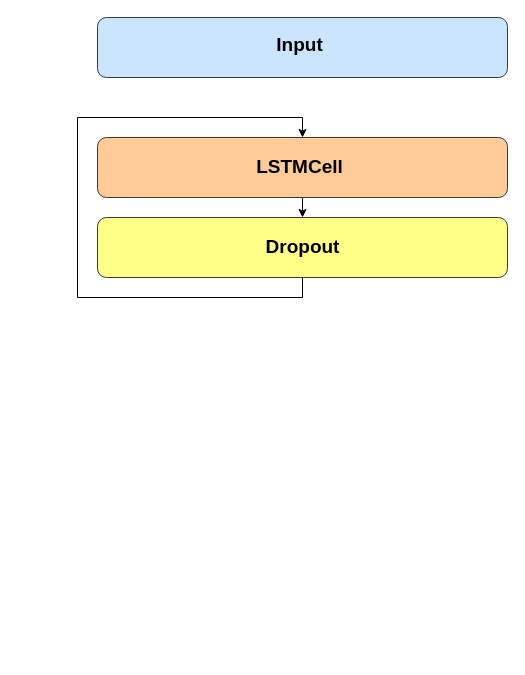
Before: best_arch_lstm.drawio in MrSneaker/UltraScheduler, a draw.io diagram. Source tidied: cells renumbered, new cells numbered last; positions are measured from the earlier drawing's top-left corner, leaving out a move shared by most shapes. Both pictures are drawn from the tidied source at 100%, with x=0, y=0 at pixel (77, 17).
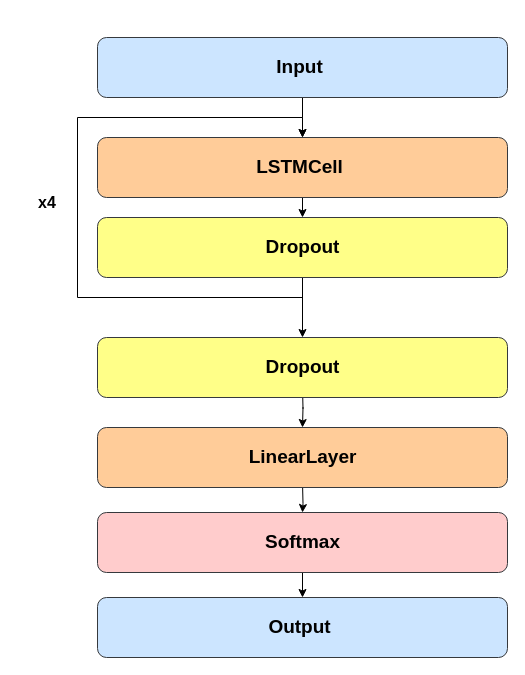
After the change.

Diff of the diagram source:
```diff
@@
+    <mxCell id="10" style="edgeStyle=orthogonalEdgeStyle;rounded=0;jettySize=auto;html=1;" parent="1" edge="1" source="2">
+      <mxGeometry relative="1" as="geometry">
+        <mxPoint x="225" y="120" as="targetPoint" />
+      </mxGeometry>
+    </mxCell>
     <mxCell id="2" style="rounded=1;whiteSpace=wrap;html=1;fillColor=#cce5ff;strokeColor=#36393d;" parent="1" vertex="1">
-      <mxGeometry x="20" width="410" height="60" as="geometry" />
+      <mxGeometry x="20" y="20" width="410" height="60" as="geometry" />
     </mxCell>
     <mxCell id="3" value="&lt;font style=&quot;font-size: 19px;&quot;&gt;&lt;b&gt;Input&lt;/b&gt;&lt;/font&gt;" style="text;html=1;align=center;verticalAlign=middle;whiteSpace=wrap;rounded=0;" parent="1" vertex="1">
-      <mxGeometry x="195" y="15" width="55" height="25" as="geometry" />
+      <mxGeometry x="195" y="37.5" width="55" height="25" as="geometry" />
     </mxCell>
@@
+    <mxCell id="11" style="edgeStyle=orthogonalEdgeStyle;rounded=0;orthogonalLoop=1;jettySize=auto;html=1;" parent="1" edge="1">
+      <mxGeometry relative="1" as="geometry">
+        <mxPoint x="225" y="250" as="sourcePoint" />
+        <mxPoint x="225" y="320" as="targetPoint" />
+      </mxGeometry>
+    </mxCell>
@@
+    <mxCell id="12" value="&lt;b&gt;&lt;font style=&quot;font-size: 16px;&quot;&gt;x4&lt;/font&gt;&lt;/b&gt;" style="text;html=1;align=center;verticalAlign=middle;whiteSpace=wrap;rounded=0;" parent="1" vertex="1">
+      <mxGeometry x="-60" y="170" width="60" height="30" as="geometry" />
+    </mxCell>
+    <mxCell id="13" style="edgeStyle=orthogonalEdgeStyle;rounded=0;orthogonalLoop=1;jettySize=auto;html=1;" parent="1" edge="1">
+      <mxGeometry relative="1" as="geometry">
+        <mxPoint x="225" y="370" as="sourcePoint" />
+        <mxPoint x="225" y="410" as="targetPoint" />
+      </mxGeometry>
+    </mxCell>
+    <mxCell id="14" style="rounded=1;whiteSpace=wrap;html=1;fillColor=#ffff88;strokeColor=#36393d;" parent="1" vertex="1">
+      <mxGeometry x="20" y="320" width="410" height="60" as="geometry" />
+    </mxCell>
+    <mxCell id="15" value="&lt;font style=&quot;font-size: 19px;&quot;&gt;&lt;b&gt;Dropout&lt;/b&gt;&lt;/font&gt;" style="text;html=1;align=center;verticalAlign=middle;whiteSpace=wrap;rounded=0;" parent="1" vertex="1">
+      <mxGeometry x="197.5" y="337.5" width="55" height="25" as="geometry" />
+    </mxCell>
+    <mxCell id="16" style="edgeStyle=orthogonalEdgeStyle;rounded=0;jettySize=auto;html=1;" parent="1" edge="1" target="20">
+      <mxGeometry relative="1" as="geometry">
+        <mxPoint x="225" y="465" as="sourcePoint" />
+      </mxGeometry>
+    </mxCell>
+    <mxCell id="17" style="rounded=1;whiteSpace=wrap;html=1;fillColor=#ffcc99;strokeColor=#36393d;" parent="1" vertex="1">
+      <mxGeometry x="20" y="410" width="410" height="60" as="geometry" />
+    </mxCell>
+    <mxCell id="18" value="&lt;span style=&quot;font-size: 19px;&quot;&gt;&lt;b&gt;LinearLayer&lt;/b&gt;&lt;/span&gt;" style="text;html=1;align=center;verticalAlign=middle;whiteSpace=wrap;rounded=0;" parent="1" vertex="1">
+      <mxGeometry x="197.5" y="427.5" width="55" height="25" as="geometry" />
+    </mxCell>
+    <mxCell id="19" style="edgeStyle=orthogonalEdgeStyle;rounded=0;jettySize=auto;html=1;" parent="1" edge="1" source="20">
+      <mxGeometry relative="1" as="geometry">
+        <mxPoint x="225" y="580" as="targetPoint" />
+      </mxGeometry>
+    </mxCell>
+    <mxCell id="20" style="rounded=1;whiteSpace=wrap;html=1;fillColor=#ffcccc;strokeColor=#36393d;" parent="1" vertex="1">
+      <mxGeometry x="20" y="495" width="410" height="60" as="geometry" />
+    </mxCell>
+    <mxCell id="21" value="&lt;span style=&quot;font-size: 19px;&quot;&gt;&lt;b&gt;Softmax&lt;/b&gt;&lt;/span&gt;" style="text;html=1;align=center;verticalAlign=middle;whiteSpace=wrap;rounded=0;" parent="1" vertex="1">
+      <mxGeometry x="197.5" y="512.5" width="55" height="25" as="geometry" />
+    </mxCell>
+    <mxCell id="22" style="rounded=1;whiteSpace=wrap;html=1;fillColor=#cce5ff;strokeColor=#36393d;" parent="1" vertex="1">
+      <mxGeometry x="20" y="580" width="410" height="60" as="geometry" />
+    </mxCell>
+    <mxCell id="23" value="&lt;span style=&quot;font-size: 19px;&quot;&gt;&lt;b&gt;Output&lt;/b&gt;&lt;/span&gt;" style="text;html=1;align=center;verticalAlign=middle;whiteSpace=wrap;rounded=0;" parent="1" vertex="1">
+      <mxGeometry x="195" y="597.5" width="55" height="25" as="geometry" />
+    </mxCell>
```
